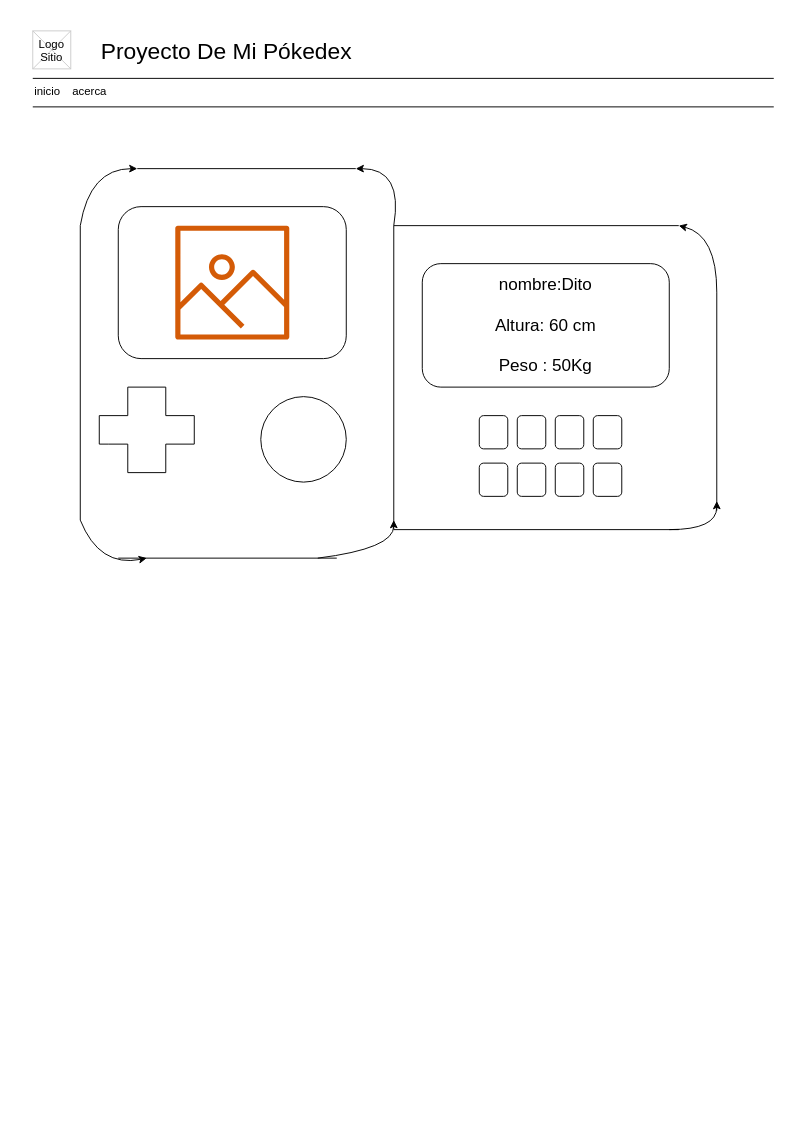
JoannaVanessa13/Mi-Proyecto-Web keeps this draw.io diagram as Proyecto pokemon.drawio. Above is the earlier version. Source tidied: cells renumbered, new cells numbered last; positions are measured from the earlier drawing's top-left corner, leaving out a move shared by most shapes. Both pictures are drawn from the tidied source at 95%, with x=0, y=0 at pixel (32, 30).
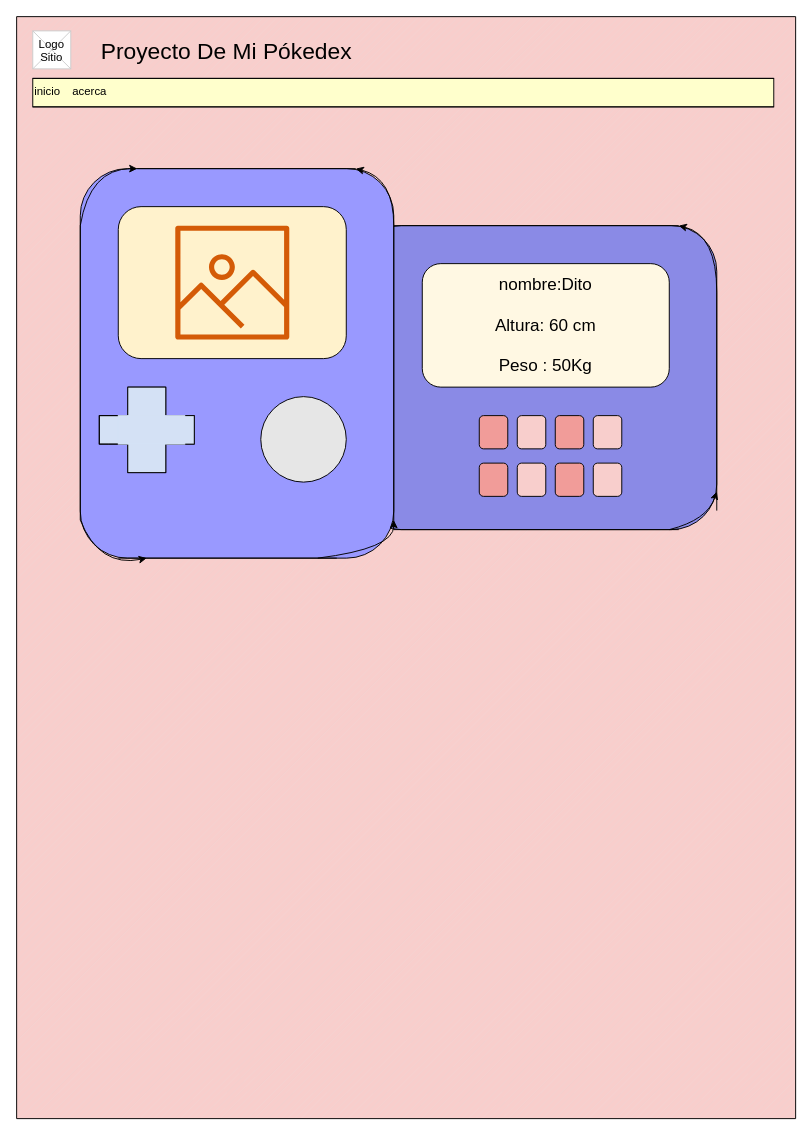
The same page after the edit.

What changed in the source:
```diff
@@
+    <mxCell id="46" style="verticalLabelPosition=bottom;verticalAlign=top;html=1;shape=mxgraph.basic.patternFillRect;fillStyle=diag;step=5;fillStrokeWidth=0.2;fillStrokeColor=#dddddd;rounded=0;fontFamily=Helvetica;fontSize=12;fontColor=default;strokeColor=#000000;fillColor=#F8CECC;" parent="1" vertex="1">
+      <mxGeometry x="-17" y="-15" width="820" height="1160" as="geometry" />
+    </mxCell>
+    <mxCell id="47" style="rounded=1;whiteSpace=wrap;html=1;strokeColor=#000000;fillColor=#8A8AE6;" parent="1" vertex="1">
+      <mxGeometry x="340" y="205" width="380" height="320" as="geometry" />
+    </mxCell>
+    <mxCell id="48" style="rounded=1;whiteSpace=wrap;html=1;strokeColor=#000000;fillColor=#9999FF;direction=south;" parent="1" vertex="1">
+      <mxGeometry x="50" y="145" width="330" height="410" as="geometry" />
+    </mxCell>
+    <mxCell id="49" style="rounded=0;whiteSpace=wrap;html=1;fillColor=#D4E1F5;direction=west;strokeColor=#000000;" parent="1" vertex="1">
+      <mxGeometry x="70" y="405" width="30" height="30" as="geometry" />
+    </mxCell>
+    <mxCell id="50" style="rounded=0;whiteSpace=wrap;html=1;fillColor=#FFFFCC;" parent="1" vertex="1">
+      <mxGeometry y="50" width="780" height="30" as="geometry" />
+    </mxCell>
@@
     <mxCell id="14" style="curved=1;endArrow=classic;html=1;rounded=0;fontSize=24;" parent="1" edge="1">
       <mxGeometry relative="1" as="geometry">
         <mxPoint x="380" y="205" as="sourcePoint" />
         <mxPoint x="340" y="145" as="targetPoint" />
         <Array as="points">
-          <mxPoint x="390" y="145" />
+          <mxPoint x="380" y="155" />
         </Array>
       </mxGeometry>
     </mxCell>
@@
-    <mxCell id="17" style="rounded=1;whiteSpace=wrap;html=1;" parent="1" vertex="1">
+    <mxCell id="17" style="rounded=1;whiteSpace=wrap;html=1;fillColor=#FFF2CC;" parent="1" vertex="1">
       <mxGeometry x="90" y="185" width="240" height="160" as="geometry" />
     </mxCell>
@@
-    <mxCell id="21" style="endArrow=none;html=1;rounded=0;" parent="1" edge="1">
+    <mxCell id="21" style="endArrow=none;html=1;rounded=0;fillColor=#D4E1F5;" parent="1" edge="1">
       <mxGeometry relative="1" as="geometry">
         <mxPoint x="140" y="465" as="sourcePoint" />
         <mxPoint x="100" y="465" as="targetPoint" />
       </mxGeometry>
     </mxCell>
-    <mxCell id="22" style="endArrow=none;html=1;rounded=0;" parent="1" edge="1">
+    <mxCell id="22" style="endArrow=none;html=1;rounded=0;fillColor=#D4E1F5;" parent="1" edge="1">
       <mxGeometry relative="1" as="geometry">
         <mxPoint x="170" y="435" as="sourcePoint" />
         <mxPoint x="170" y="405" as="targetPoint" />
       </mxGeometry>
     </mxCell>
-    <mxCell id="23" style="endArrow=none;html=1;rounded=0;" parent="1" edge="1">
+    <mxCell id="23" style="endArrow=none;html=1;rounded=0;fillColor=#D4E1F5;" parent="1" edge="1">
       <mxGeometry relative="1" as="geometry">
         <mxPoint x="70" y="435" as="sourcePoint" />
         <mxPoint x="70" y="405" as="targetPoint" />
       </mxGeometry>
     </mxCell>
-    <mxCell id="24" style="endArrow=none;html=1;rounded=0;" parent="1" edge="1">
+    <mxCell id="24" style="endArrow=none;html=1;rounded=0;fillColor=#D4E1F5;" parent="1" edge="1">
       <mxGeometry relative="1" as="geometry">
         <mxPoint x="170" y="405" as="sourcePoint" />
         <mxPoint x="140" y="405" as="targetPoint" />
       </mxGeometry>
     </mxCell>
-    <mxCell id="25" style="endArrow=none;html=1;rounded=0;" parent="1" edge="1">
+    <mxCell id="25" style="endArrow=none;html=1;rounded=0;fillColor=#D4E1F5;" parent="1" edge="1">
       <mxGeometry relative="1" as="geometry">
         <mxPoint x="170" y="435" as="sourcePoint" />
         <mxPoint x="140" y="435" as="targetPoint" />
       </mxGeometry>
     </mxCell>
-    <mxCell id="26" style="endArrow=none;html=1;rounded=0;" parent="1" edge="1">
+    <mxCell id="26" style="endArrow=none;html=1;rounded=0;fillColor=#D4E1F5;" parent="1" edge="1">
       <mxGeometry relative="1" as="geometry">
         <mxPoint x="100" y="405" as="sourcePoint" />
         <mxPoint x="70" y="405" as="targetPoint" />
       </mxGeometry>
     </mxCell>
-    <mxCell id="27" style="endArrow=none;html=1;rounded=0;" parent="1" edge="1">
+    <mxCell id="27" style="endArrow=none;html=1;rounded=0;fillColor=#D4E1F5;" parent="1" edge="1">
       <mxGeometry relative="1" as="geometry">
         <mxPoint x="100" y="435" as="sourcePoint" />
         <mxPoint x="70" y="435" as="targetPoint" />
         <Array as="points">
           <mxPoint x="80" y="435" />
         </Array>
       </mxGeometry>
     </mxCell>
-    <mxCell id="28" style="endArrow=none;html=1;rounded=0;" parent="1" edge="1">
+    <mxCell id="28" style="endArrow=none;html=1;rounded=0;fillColor=#D4E1F5;" parent="1" edge="1">
       <mxGeometry relative="1" as="geometry">
         <mxPoint x="100" y="465" as="sourcePoint" />
         <mxPoint x="100" y="435" as="targetPoint" />
       </mxGeometry>
     </mxCell>
-    <mxCell id="29" style="endArrow=none;html=1;rounded=0;" parent="1" edge="1">
+    <mxCell id="29" style="endArrow=none;html=1;rounded=0;fillColor=#D4E1F5;" parent="1" edge="1">
       <mxGeometry relative="1" as="geometry">
         <mxPoint x="140" y="465" as="sourcePoint" />
         <mxPoint x="140" y="435" as="targetPoint" />
       </mxGeometry>
     </mxCell>
-    <mxCell id="30" style="ellipse;whiteSpace=wrap;html=1;" parent="1" vertex="1">
+    <mxCell id="30" style="ellipse;whiteSpace=wrap;html=1;fillColor=#E6E6E6;" parent="1" vertex="1">
       <mxGeometry x="240" y="385" width="90" height="90" as="geometry" />
     </mxCell>
@@
     <mxCell id="34" style="curved=1;endArrow=classic;html=1;rounded=0;fontSize=24;" parent="1" edge="1">
       <mxGeometry relative="1" as="geometry">
         <mxPoint x="670" y="525" as="sourcePoint" />
-        <mxPoint x="720" y="495" as="targetPoint" />
+        <mxPoint x="720" y="485" as="targetPoint" />
         <Array as="points">
-          <mxPoint x="720" y="525" />
+          <mxPoint x="710" y="515" />
         </Array>
       </mxGeometry>
     </mxCell>
@@
-    <mxCell id="36" value="&lt;font style=&quot;vertical-align: inherit; font-size: 18px;&quot;&gt;&lt;font style=&quot;vertical-align: inherit; font-size: 18px;&quot;&gt;nombre:Dito&lt;br&gt;&lt;br&gt;Altura: 60 cm&lt;br&gt;&amp;nbsp;&lt;br&gt;Peso : 50Kg&lt;br&gt;&lt;/font&gt;&lt;/font&gt;" style="rounded=1;whiteSpace=wrap;html=1;" parent="1" vertex="1">
+    <mxCell id="36" value="&lt;font style=&quot;vertical-align: inherit; font-size: 18px;&quot;&gt;&lt;font style=&quot;vertical-align: inherit; font-size: 18px;&quot;&gt;nombre:Dito&lt;br&gt;&lt;br&gt;Altura: 60 cm&lt;br&gt;&amp;nbsp;&lt;br&gt;Peso : 50Kg&lt;br&gt;&lt;/font&gt;&lt;/font&gt;" style="rounded=1;whiteSpace=wrap;html=1;fillColor=#FFF8E3;" parent="1" vertex="1">
       <mxGeometry x="410" y="245" width="260" height="130" as="geometry" />
     </mxCell>
-    <mxCell id="37" style="rounded=1;whiteSpace=wrap;html=1;" parent="1" vertex="1">
+    <mxCell id="37" style="rounded=1;whiteSpace=wrap;html=1;fillColor=#F19C99;" parent="1" vertex="1">
       <mxGeometry x="470" y="405" width="30" height="35" as="geometry" />
     </mxCell>
-    <mxCell id="38" style="rounded=1;whiteSpace=wrap;html=1;" parent="1" vertex="1">
+    <mxCell id="38" style="rounded=1;whiteSpace=wrap;html=1;fillColor=#F8CECC;" parent="1" vertex="1">
       <mxGeometry x="510" y="405" width="30" height="35" as="geometry" />
     </mxCell>
-    <mxCell id="39" style="rounded=1;whiteSpace=wrap;html=1;" parent="1" vertex="1">
+    <mxCell id="39" style="rounded=1;whiteSpace=wrap;html=1;fillColor=#F19C99;" parent="1" vertex="1">
       <mxGeometry x="550" y="405" width="30" height="35" as="geometry" />
     </mxCell>
-    <mxCell id="40" style="rounded=1;whiteSpace=wrap;html=1;" parent="1" vertex="1">
+    <mxCell id="40" style="rounded=1;whiteSpace=wrap;html=1;fillColor=#F8CECC;" parent="1" vertex="1">
       <mxGeometry x="590" y="405" width="30" height="35" as="geometry" />
     </mxCell>
-    <mxCell id="41" style="rounded=1;whiteSpace=wrap;html=1;" parent="1" vertex="1">
+    <mxCell id="41" style="rounded=1;whiteSpace=wrap;html=1;fillColor=#F19C99;" parent="1" vertex="1">
       <mxGeometry x="470" y="455" width="30" height="35" as="geometry" />
     </mxCell>
-    <mxCell id="42" style="rounded=1;whiteSpace=wrap;html=1;" parent="1" vertex="1">
+    <mxCell id="42" style="rounded=1;whiteSpace=wrap;html=1;fillColor=#F8CECC;" parent="1" vertex="1">
       <mxGeometry x="510" y="455" width="30" height="35" as="geometry" />
     </mxCell>
-    <mxCell id="43" style="rounded=1;whiteSpace=wrap;html=1;" parent="1" vertex="1">
+    <mxCell id="43" style="rounded=1;whiteSpace=wrap;html=1;fillColor=#F19C99;" parent="1" vertex="1">
       <mxGeometry x="550" y="455" width="30" height="35" as="geometry" />
     </mxCell>
-    <mxCell id="44" style="rounded=1;whiteSpace=wrap;html=1;" parent="1" vertex="1">
+    <mxCell id="44" style="rounded=1;whiteSpace=wrap;html=1;fillColor=#F8CECC;" parent="1" vertex="1">
       <mxGeometry x="590" y="455" width="30" height="35" as="geometry" />
     </mxCell>
@@
+    <mxCell id="51" style="rounded=0;whiteSpace=wrap;html=1;fillColor=#D4E1F5;direction=south;strokeColor=#000000;" parent="1" vertex="1">
+      <mxGeometry x="100" y="375" width="40" height="90" as="geometry" />
+    </mxCell>
+    <mxCell id="52" style="rounded=0;whiteSpace=wrap;html=1;fillColor=#D4E1F5;direction=west;strokeColor=#000000;" parent="1" vertex="1">
+      <mxGeometry x="140" y="405" width="30" height="30" as="geometry" />
+    </mxCell>
+    <mxCell id="53" style="rounded=0;whiteSpace=wrap;html=1;fillColor=#D4E1F5;direction=west;strokeColor=#D4E1F5;" parent="1" vertex="1">
+      <mxGeometry x="90" y="405" width="70" height="30" as="geometry" />
+    </mxCell>
```
